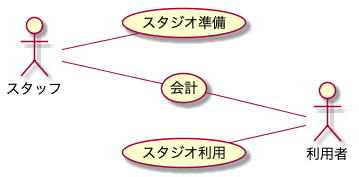
This is modeling/04_BusinessUsecase_スタジオ利用/BusinessUsecase.png from TakashiOnawa/ddd-practice-studio-reservation, a PlantUML export, as it was before one commit.
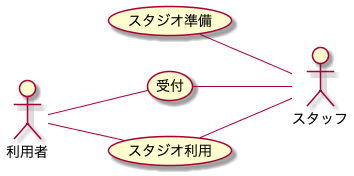
After the commit.

The edit, as a diff of the source:
```diff
@@ -5,9 +5,12 @@
 actor スタッフ
 actor 利用者
 
-スタッフ -- (スタジオ準備)
-(スタジオ利用) -- 利用者
-(会計) -- 利用者
-スタッフ -- (会計)
+(スタジオ準備) -- スタッフ
+
+利用者 -- (受付)
+(受付) -- スタッフ
+
+利用者 -- (スタジオ利用)
+(スタジオ利用) -- スタッフ
 
 @enduml
```
